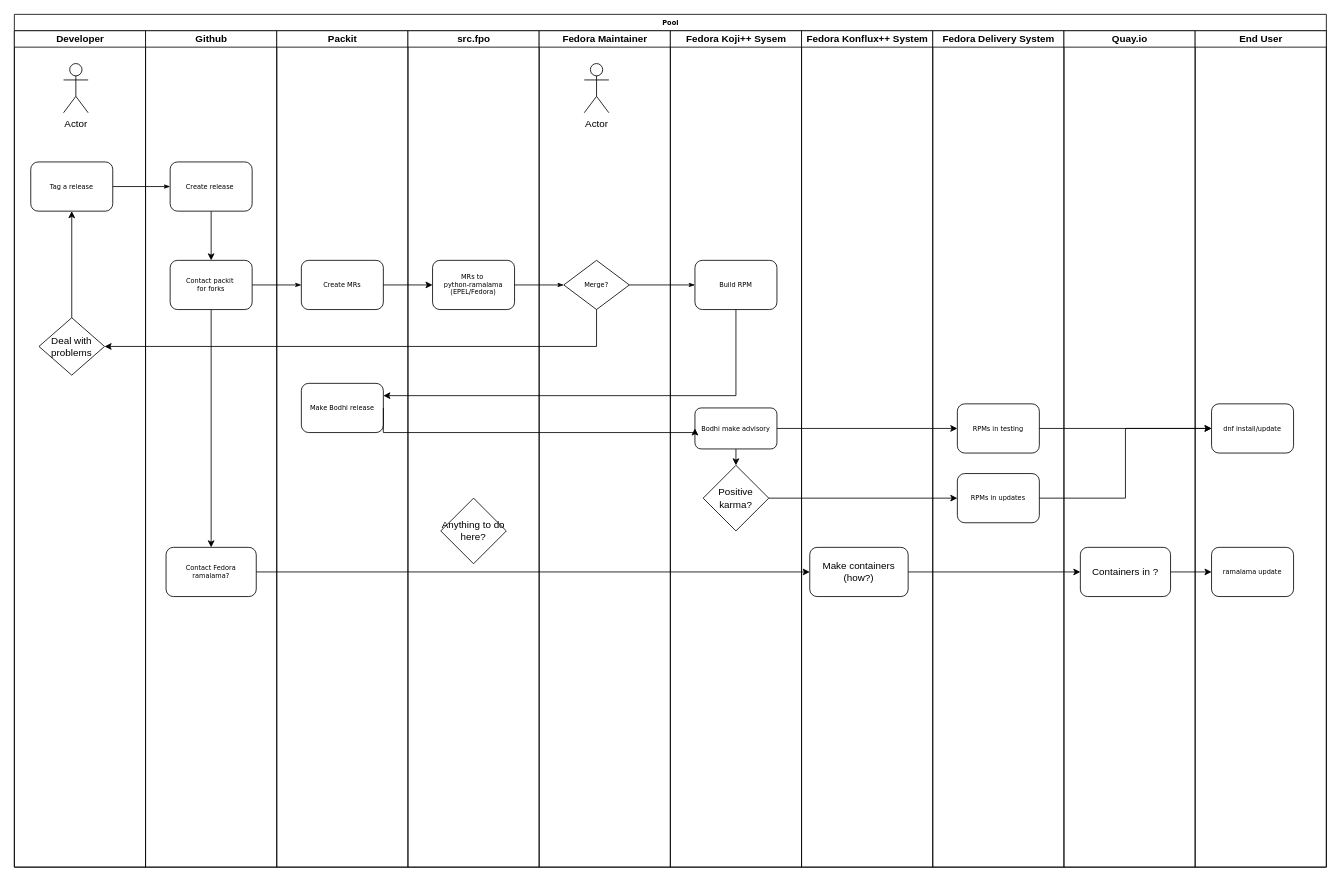
Earlier version of the draw.io diagram Ramalama.drawio (smooge/drawings). Source tidied: cells renumbered, new cells numbered last; positions are measured from the earlier drawing's top-left corner, leaving out a move shared by most shapes. Both pictures are drawn from the tidied source at 82%, with x=0, y=0 at pixel (14, 14).
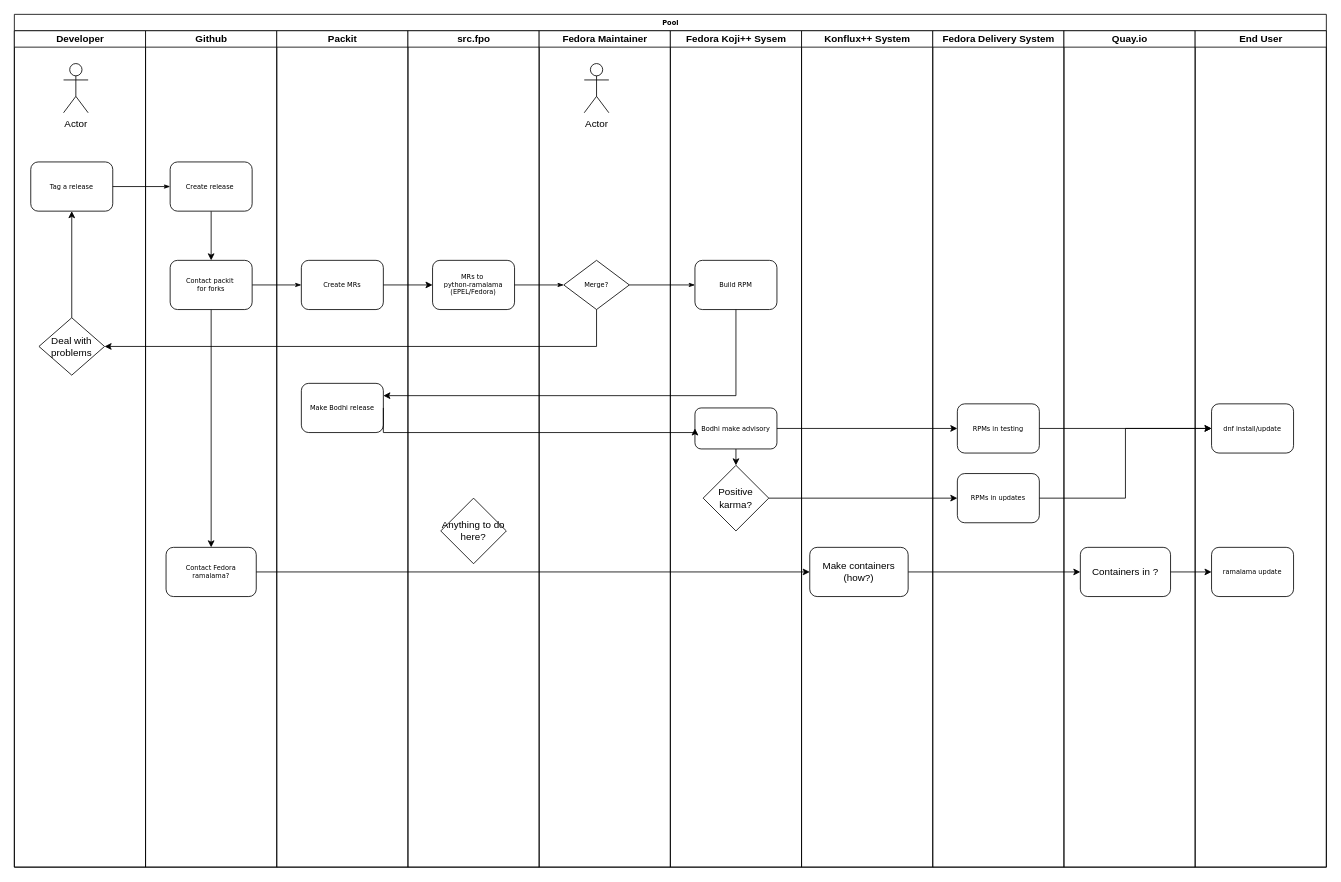
The same diagram, later.

The edit, as a diff of the source:
```diff
@@
-    <mxCell id="36" value="Fedora Konflux++ System" style="swimlane;html=1;startSize=20;" parent="1" vertex="1">
+    <mxCell id="36" value="&lt;div&gt;&lt;span style=&quot;background-color: transparent; color: light-dark(rgb(0, 0, 0), rgb(255, 255, 255));&quot;&gt;Konflux++ System&lt;/span&gt;&lt;/div&gt;" style="swimlane;html=1;startSize=20;" parent="1" vertex="1">
       <mxGeometry x="960" y="20" width="160" height="1020" as="geometry" />
     </mxCell>
```
